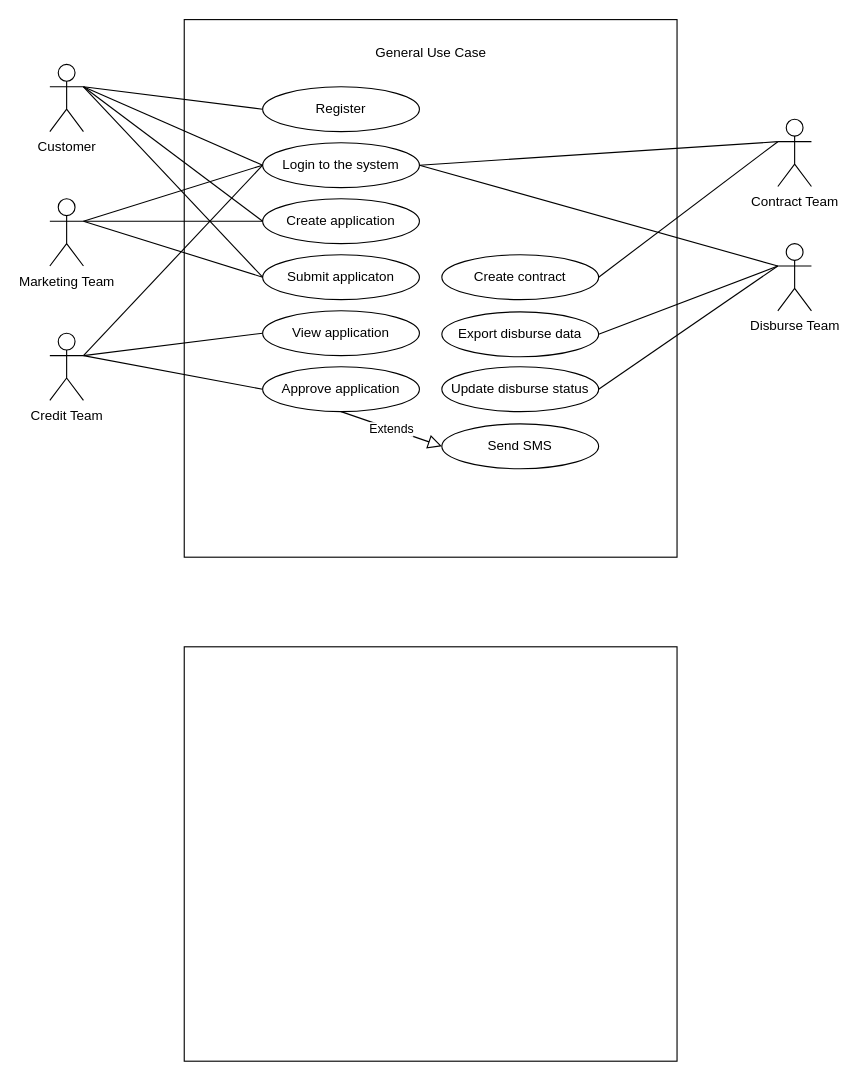
The draw.io diagram images/system-usecase.drawio in sabaijai/SBJ-System, before the edit. Source tidied: cells renumbered, new cells numbered last; positions are measured from the earlier drawing's top-left corner, leaving out a move shared by most shapes. Both pictures are drawn from the tidied source at 112%, with x=0, y=0 at pixel (49, 19).
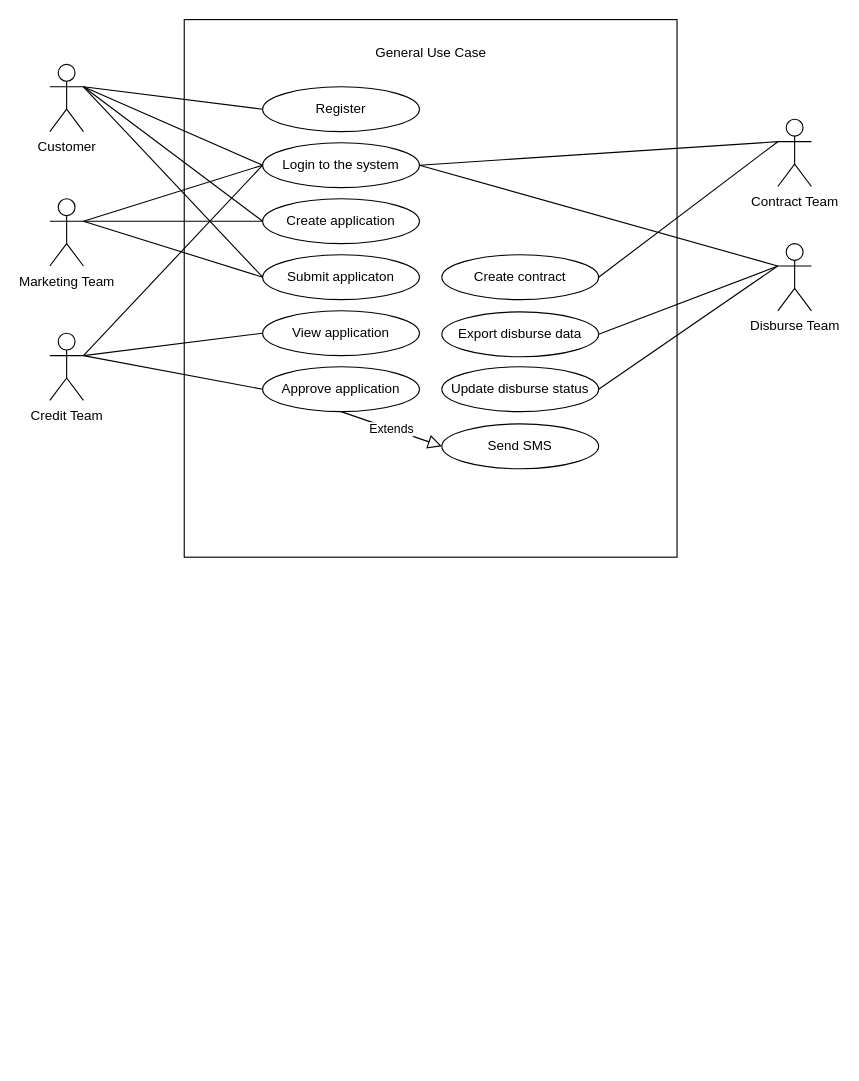
The same diagram, later.

What changed in the source:
```diff
@@
-    <mxCell id="34" style="html=1;labelPosition=center;verticalLabelPosition=top;align=center;verticalAlign=bottom;" parent="1" vertex="1">
-      <mxGeometry x="120" y="560" width="440" height="370" as="geometry" />
-    </mxCell>
```
